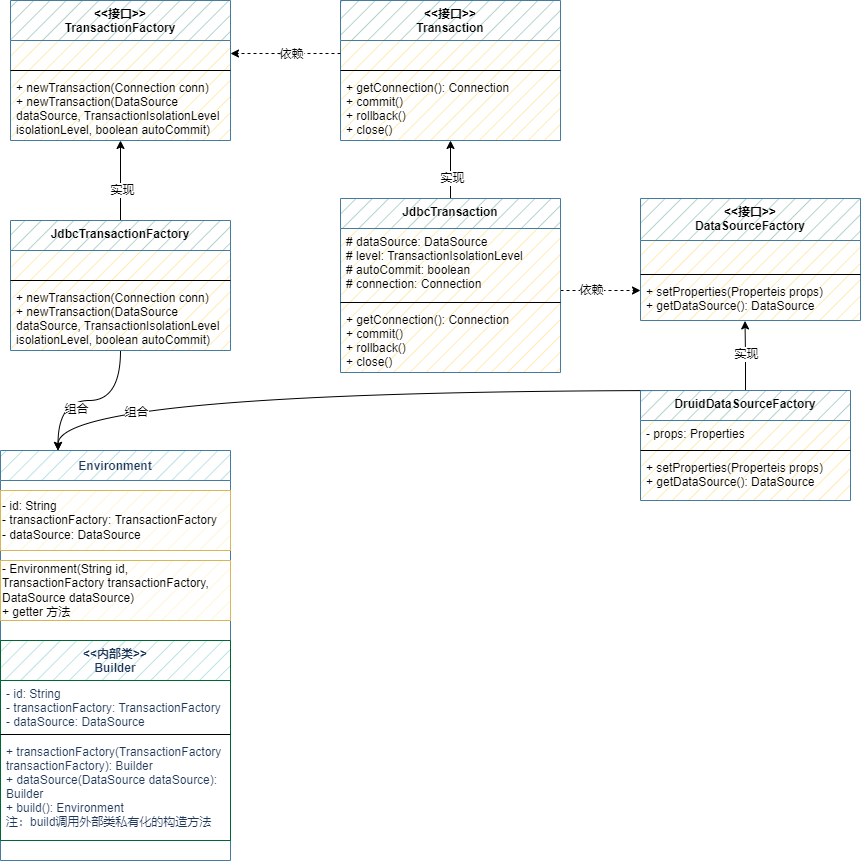
Earlier version of the draw.io export wzz-mybatis/mybatis-step04-解析数据源并获取连接.drawio.png (wsxzei/markdown-photos). Source tidied: cells renumbered, new cells last; positions are measured from the earlier drawing's top-left corner, leaving out a move shared by most shapes.
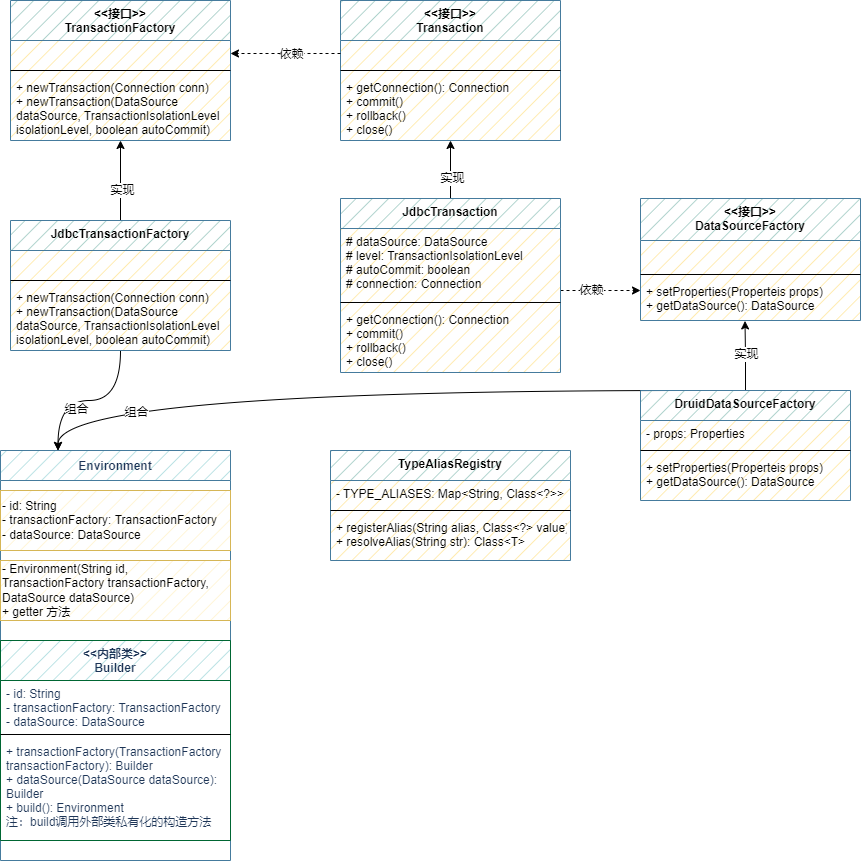
The same diagram one commit later.

Commit message:
更新mybatis-step04-解析数据源并获取连接.drawio.png

Diff of the diagram source:
```diff
@@ -150,5 +150,17 @@
     <mxCell id="46" value="- Environment(String id,&lt;br&gt;TransactionFactory transactionFactory, DataSource dataSource)&lt;br&gt;+ getter 方法" style="text;html=1;strokeColor=#d6b656;fillColor=#fff2cc;align=left;verticalAlign=middle;whiteSpace=wrap;rounded=0;fillStyle=hatch;" parent="40" vertex="1">
       <mxGeometry y="110" width="230" height="60" as="geometry" />
     </mxCell>
+    <mxCell id="47" value="TypeAliasRegistry" style="swimlane;fontStyle=1;align=center;verticalAlign=top;horizontal=1;startSize=30;gradientColor=none;swimlaneFillColor=#FFE599;fillStyle=hatch;fillColor=#9AC7BF;strokeColor=#457B9D;" parent="1" vertex="1">
+      <mxGeometry x="330" y="450" width="240" height="110" as="geometry" />
+    </mxCell>
+    <mxCell id="48" value="- TYPE_ALIASES: Map&lt;String, Class&lt;?&gt;&gt;" style="text;strokeColor=none;fillColor=none;align=left;verticalAlign=top;spacingLeft=4;spacingRight=4;overflow=hidden;" parent="47" vertex="1">
+      <mxGeometry y="30" width="240" height="26" as="geometry" />
+    </mxCell>
+    <mxCell id="49" style="line;strokeWidth=1;fillColor=none;align=left;verticalAlign=middle;spacingTop=-1;spacingLeft=3;spacingRight=3;labelPosition=right;" parent="47" vertex="1">
+      <mxGeometry y="56" width="240" height="8" as="geometry" />
+    </mxCell>
+    <mxCell id="50" value="+ registerAlias(String alias, Class&lt;?&gt; value)&#10;+ resolveAlias(String str): Class&lt;T&gt;" style="text;strokeColor=none;fillColor=none;align=left;verticalAlign=top;spacingLeft=4;spacingRight=4;overflow=hidden;" parent="47" vertex="1">
+      <mxGeometry y="64" width="240" height="46" as="geometry" />
+    </mxCell>
   </root>
 </mxGraphModel>
```
